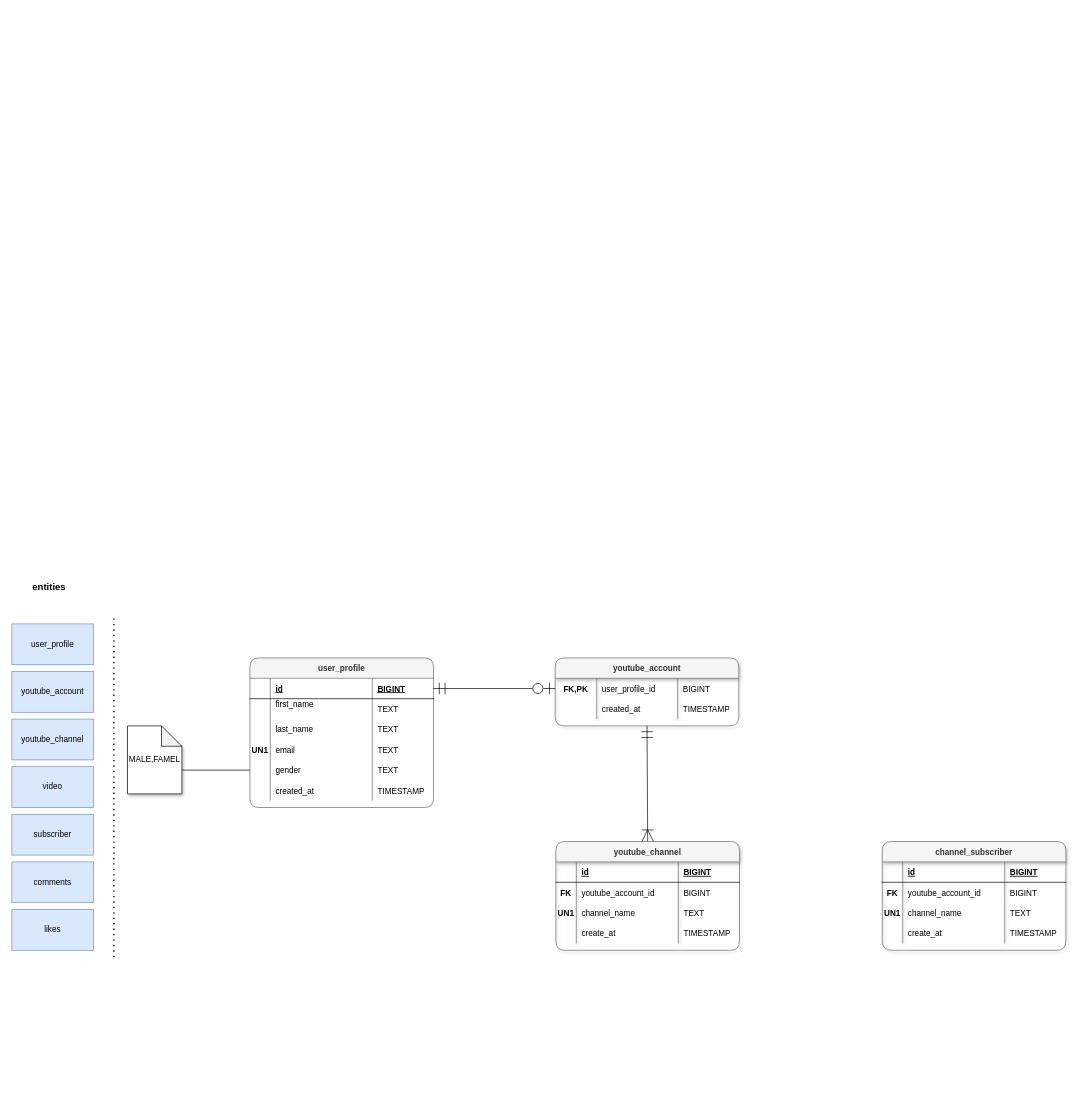
Amin3696/DatabaseDesign keeps this draw.io diagram as Database Design_Implementation.drawio. Above is the earlier version. Source tidied: cells renumbered, new cells numbered last; positions are measured from the earlier drawing's top-left corner, leaving out a move shared by most shapes. Both pictures are drawn from the tidied source at 68%, with x=0, y=0 at pixel (12, 569).
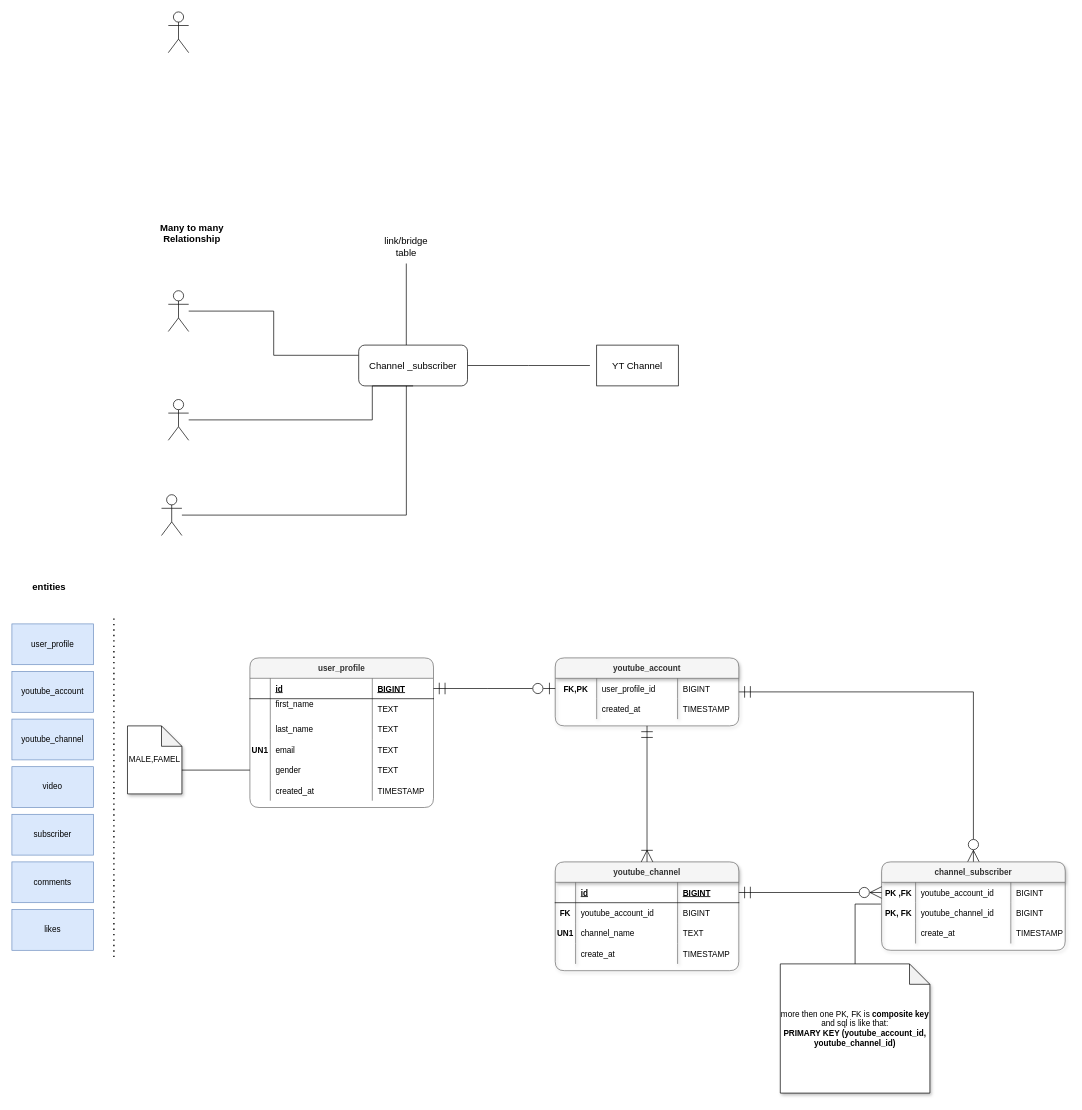
The same diagram, later.

The change refers to these unchanged cells:
```xml
<mxCell id="39" value="youtube_account" style="shape=table;startSize=30;childLayout=tableLayout;rowLines=0;fontStyle=1;align=center;rounded=1;sketch=0;shadow=1;fillColor=#f5f5f5;fontColor=#333333;strokeColor=#666666;" parent="1" vertex="1">
  <mxGeometry x="799" y="130" width="270" height="100" as="geometry" />
</mxCell>
<mxCell id="49" style="shape=tableRow;horizontal=0;startSize=0;swimlaneHead=0;swimlaneBody=0;fillColor=none;points=[[0,0.5],[1,0.5]];portConstraint=eastwest;top=0;left=0;right=0;bottom=1;" parent="48" vertex="1">
  <mxGeometry y="30" width="270" height="30" as="geometry" />
</mxCell>
```

Change to the diagram source:
```diff
@@
+    <mxCell id="84" style="edgeStyle=orthogonalEdgeStyle;rounded=0;jettySize=auto;html=1;entryX=0.5;entryY=0;entryDx=0;entryDy=0;fontSize=14;startArrow=ERmandOne;startFill=0;endArrow=ERzeroToMany;endFill=0;startSize=15;endSize=15;" parent="1" edge="1" source="39" target="67">
+      <mxGeometry relative="1" as="geometry" />
+    </mxCell>
@@
     <mxCell id="48" value="youtube_channel" style="shape=table;startSize=30;childLayout=tableLayout;rowLines=0;fontStyle=1;align=center;rounded=1;sketch=0;shadow=1;fillColor=#f5f5f5;fontColor=#333333;strokeColor=#666666;" parent="1" vertex="1">
-      <mxGeometry x="800" y="400" width="270" height="160" as="geometry" />
+      <mxGeometry x="799" y="430" width="270" height="160" as="geometry" />
     </mxCell>
@@
     <mxCell id="67" value="channel_subscriber" style="shape=table;startSize=30;childLayout=tableLayout;rowLines=0;fontStyle=1;align=center;rounded=1;sketch=0;shadow=1;fillColor=#f5f5f5;fontColor=#333333;strokeColor=#666666;" parent="1" vertex="1">
-      <mxGeometry x="1280" y="400" width="270" height="160" as="geometry" />
+      <mxGeometry x="1279" y="430" width="270" height="130" as="geometry" />
     </mxCell>
-    <mxCell id="68" style="shape=tableRow;horizontal=0;startSize=0;swimlaneHead=0;swimlaneBody=0;fillColor=none;top=0;left=0;right=0;bottom=1;" parent="67" vertex="1">
-      <mxGeometry y="30" width="270" height="30" as="geometry" />
-    </mxCell>
-    <mxCell id="69" style="shape=partialRectangle;fillColor=none;top=0;left=0;bottom=0;right=0;fontStyle=1;overflow=hidden;" parent="68" vertex="1">
-      <mxGeometry width="30" height="30" as="geometry" />
-    </mxCell>
-    <mxCell id="70" value="id" style="shape=partialRectangle;fillColor=none;top=0;left=0;bottom=0;right=0;align=left;spacingLeft=6;fontStyle=5;overflow=hidden;" parent="68" vertex="1">
-      <mxGeometry x="30" width="150" height="30" as="geometry" />
-    </mxCell>
-    <mxCell id="71" value="BIGINT" style="shape=partialRectangle;fillColor=none;top=0;left=0;bottom=0;right=0;align=left;spacingLeft=6;fontStyle=5;overflow=hidden;" parent="68" vertex="1">
-      <mxGeometry x="180" width="90" height="30" as="geometry" />
-    </mxCell>
     <mxCell id="72" style="shape=tableRow;horizontal=0;startSize=0;swimlaneHead=0;swimlaneBody=0;fillColor=none;points=[[0,0.5],[1,0.5]];portConstraint=eastwest;top=0;left=0;right=0;bottom=0;" parent="67" vertex="1">
-      <mxGeometry y="60" width="270" height="30" as="geometry" />
+      <mxGeometry y="30" width="270" height="30" as="geometry" />
     </mxCell>
-    <mxCell id="73" value="FK" style="shape=partialRectangle;fillColor=none;top=0;left=0;bottom=0;right=0;overflow=hidden;fontStyle=1;" parent="72" vertex="1">
-      <mxGeometry width="30" height="30" as="geometry" />
+    <mxCell id="73" value="PK ,FK" style="shape=partialRectangle;fillColor=none;top=0;left=0;bottom=0;right=0;overflow=hidden;fontStyle=1;" parent="72" vertex="1">
+      <mxGeometry width="50" height="30" as="geometry" />
     </mxCell>
     <mxCell id="74" value="youtube_account_id" style="shape=partialRectangle;fillColor=none;top=0;left=0;bottom=0;right=0;align=left;spacingLeft=6;overflow=hidden;" parent="72" vertex="1">
-      <mxGeometry x="30" width="150" height="30" as="geometry" />
+      <mxGeometry x="50" width="140" height="30" as="geometry" />
     </mxCell>
     <mxCell id="75" value="BIGINT" style="shape=partialRectangle;fillColor=none;top=0;left=0;bottom=0;right=0;align=left;spacingLeft=6;overflow=hidden;" parent="72" vertex="1">
-      <mxGeometry x="180" width="90" height="30" as="geometry" />
+      <mxGeometry x="190" width="80" height="30" as="geometry" />
     </mxCell>
     <mxCell id="76" style="shape=tableRow;horizontal=0;startSize=0;swimlaneHead=0;swimlaneBody=0;fillColor=none;points=[[0,0.5],[1,0.5]];portConstraint=eastwest;top=0;left=0;right=0;bottom=0;" parent="67" vertex="1">
-      <mxGeometry y="90" width="270" height="30" as="geometry" />
+      <mxGeometry y="60" width="270" height="30" as="geometry" />
     </mxCell>
-    <mxCell id="77" value="UN1" style="shape=partialRectangle;fillColor=none;top=0;left=0;bottom=0;right=0;overflow=hidden;fontStyle=1;" parent="76" vertex="1">
-      <mxGeometry width="30" height="30" as="geometry" />
+    <mxCell id="77" value="PK, FK" style="shape=partialRectangle;fillColor=none;top=0;left=0;bottom=0;right=0;overflow=hidden;fontStyle=1;" parent="76" vertex="1">
+      <mxGeometry width="50" height="30" as="geometry" />
     </mxCell>
-    <mxCell id="78" value="channel_name    " style="shape=partialRectangle;fillColor=none;top=0;left=0;bottom=0;right=0;align=left;spacingLeft=6;overflow=hidden;" parent="76" vertex="1">
-      <mxGeometry x="30" width="150" height="30" as="geometry" />
+    <mxCell id="78" value="youtube_channel_id" style="shape=partialRectangle;fillColor=none;top=0;left=0;bottom=0;right=0;align=left;spacingLeft=6;overflow=hidden;" parent="76" vertex="1">
+      <mxGeometry x="50" width="140" height="30" as="geometry" />
     </mxCell>
-    <mxCell id="79" value="TEXT" style="shape=partialRectangle;fillColor=none;top=0;left=0;bottom=0;right=0;align=left;spacingLeft=6;overflow=hidden;" parent="76" vertex="1">
-      <mxGeometry x="180" width="90" height="30" as="geometry" />
+    <mxCell id="79" value="BIGINT" style="shape=partialRectangle;fillColor=none;top=0;left=0;bottom=0;right=0;align=left;spacingLeft=6;overflow=hidden;" parent="76" vertex="1">
+      <mxGeometry x="190" width="80" height="30" as="geometry" />
     </mxCell>
     <mxCell id="80" style="shape=tableRow;horizontal=0;startSize=0;swimlaneHead=0;swimlaneBody=0;fillColor=none;top=0;left=0;right=0;bottom=0;" parent="67" vertex="1">
-      <mxGeometry y="120" width="270" height="30" as="geometry" />
+      <mxGeometry y="90" width="270" height="30" as="geometry" />
     </mxCell>
     <mxCell id="81" style="shape=partialRectangle;fillColor=none;top=0;left=0;bottom=0;right=0;overflow=hidden;" parent="80" vertex="1">
-      <mxGeometry width="30" height="30" as="geometry" />
+      <mxGeometry width="50" height="30" as="geometry" />
     </mxCell>
     <mxCell id="82" value="create_at    " style="shape=partialRectangle;fillColor=none;top=0;left=0;bottom=0;right=0;align=left;spacingLeft=6;overflow=hidden;" parent="80" vertex="1">
-      <mxGeometry x="30" width="150" height="30" as="geometry" />
+      <mxGeometry x="50" width="140" height="30" as="geometry" />
     </mxCell>
     <mxCell id="83" value="TIMESTAMP" style="shape=partialRectangle;fillColor=none;top=0;left=0;bottom=0;right=0;align=left;spacingLeft=6;overflow=hidden;" parent="80" vertex="1">
-      <mxGeometry x="180" width="90" height="30" as="geometry" />
+      <mxGeometry x="190" width="80" height="30" as="geometry" />
     </mxCell>
+    <mxCell id="85" style="edgeStyle=orthogonalEdgeStyle;rounded=0;jettySize=auto;html=1;entryX=0;entryY=0.25;entryDx=0;entryDy=0;fontSize=14;startArrow=none;startFill=0;endArrow=none;endFill=0;startSize=15;endSize=15;" parent="1" edge="1" source="86" target="89">
+      <mxGeometry relative="1" as="geometry" />
+    </mxCell>
+    <mxCell id="86" style="shape=umlActor;verticalLabelPosition=bottom;verticalAlign=top;html=1;outlineConnect=0;rounded=1;shadow=0;glass=1;fontSize=14;" parent="1" vertex="1">
+      <mxGeometry x="230" y="-410" width="30" height="60" as="geometry" />
+    </mxCell>
+    <mxCell id="87" style="edgeStyle=orthogonalEdgeStyle;rounded=0;jettySize=auto;html=1;fontSize=14;startArrow=none;startFill=0;endArrow=none;endFill=0;startSize=15;endSize=15;" parent="1" edge="1" source="89">
+      <mxGeometry relative="1" as="geometry">
+        <mxPoint x="580" y="-450" as="targetPoint" />
+        <Array as="points">
+          <mxPoint x="580" y="-450" />
+        </Array>
+      </mxGeometry>
+    </mxCell>
+    <mxCell id="88" style="edgeStyle=orthogonalEdgeStyle;rounded=0;jettySize=auto;html=1;fontSize=14;startArrow=none;startFill=0;endArrow=none;endFill=0;startSize=15;endSize=15;" parent="1" edge="1" source="89">
+      <mxGeometry relative="1" as="geometry">
+        <mxPoint x="850" y="-300" as="targetPoint" />
+      </mxGeometry>
+    </mxCell>
+    <mxCell id="89" value="Channel _subscriber" style="rounded=1;whiteSpace=wrap;html=1;shadow=0;glass=0;fontSize=14;" parent="1" vertex="1">
+      <mxGeometry x="510" y="-330" width="160" height="60" as="geometry" />
+    </mxCell>
+    <mxCell id="90" value="link/bridge table" style="text;html=1;strokeColor=none;fillColor=none;align=center;verticalAlign=middle;whiteSpace=wrap;rounded=0;shadow=0;glass=0;fontSize=14;" parent="1" vertex="1">
+      <mxGeometry x="550" y="-490" width="60" height="30" as="geometry" />
+    </mxCell>
+    <mxCell id="91" value="YT Channel" style="rounded=0;whiteSpace=wrap;html=1;shadow=0;glass=0;fontSize=14;" parent="1" vertex="1">
+      <mxGeometry x="860" y="-330" width="120" height="60" as="geometry" />
+    </mxCell>
+    <mxCell id="92" value="&lt;b&gt;Many to many Relationship&lt;/b&gt;" style="text;html=1;strokeColor=none;fillColor=none;align=center;verticalAlign=middle;whiteSpace=wrap;rounded=0;shadow=0;glass=0;fontSize=14;" parent="1" vertex="1">
+      <mxGeometry x="210" y="-510" width="110" height="30" as="geometry" />
+    </mxCell>
+    <mxCell id="93" style="edgeStyle=orthogonalEdgeStyle;rounded=0;jettySize=auto;html=1;entryX=0.5;entryY=1;entryDx=0;entryDy=0;fontSize=14;startArrow=none;startFill=0;endArrow=none;endFill=0;startSize=15;endSize=15;" parent="1" edge="1" source="94" target="89">
+      <mxGeometry relative="1" as="geometry">
+        <Array as="points">
+          <mxPoint x="530" y="-220" />
+          <mxPoint x="530" y="-270" />
+        </Array>
+      </mxGeometry>
+    </mxCell>
+    <mxCell id="94" style="shape=umlActor;verticalLabelPosition=bottom;verticalAlign=top;html=1;outlineConnect=0;rounded=1;shadow=0;glass=1;fontSize=14;" parent="1" vertex="1">
+      <mxGeometry x="230" y="-250" width="30" height="60" as="geometry" />
+    </mxCell>
+    <mxCell id="95" style="edgeStyle=orthogonalEdgeStyle;rounded=0;jettySize=auto;html=1;exitX=1;exitY=0.5;exitDx=0;exitDy=0;entryX=0;entryY=0.5;entryDx=0;entryDy=0;fontSize=14;startArrow=ERmandOne;startFill=0;endArrow=ERzeroToMany;endFill=0;startSize=15;endSize=15;" parent="1" edge="1" source="49" target="72">
+      <mxGeometry relative="1" as="geometry" />
+    </mxCell>
+    <mxCell id="96" style="edgeStyle=orthogonalEdgeStyle;rounded=0;jettySize=auto;html=1;entryX=0.438;entryY=1;entryDx=0;entryDy=0;entryPerimeter=0;fontSize=14;startArrow=none;startFill=0;endArrow=none;endFill=0;startSize=15;endSize=15;" parent="1" edge="1" source="97" target="89">
+      <mxGeometry relative="1" as="geometry" />
+    </mxCell>
+    <mxCell id="97" style="shape=umlActor;verticalLabelPosition=bottom;verticalAlign=top;html=1;outlineConnect=0;rounded=1;shadow=0;glass=1;fontSize=14;" parent="1" vertex="1">
+      <mxGeometry x="220" y="-110" width="30" height="60" as="geometry" />
+    </mxCell>
+    <mxCell id="98" style="shape=umlActor;verticalLabelPosition=bottom;verticalAlign=top;html=1;rounded=1;shadow=0;glass=1;fontSize=14;" parent="1" vertex="1">
+      <mxGeometry x="230" y="-820" width="30" height="60" as="geometry" />
+    </mxCell>
+    <mxCell id="99" style="edgeStyle=orthogonalEdgeStyle;rounded=0;jettySize=auto;html=1;entryX=-0.004;entryY=0.067;entryDx=0;entryDy=0;entryPerimeter=0;fontSize=14;startArrow=none;startFill=0;endArrow=none;endFill=0;startSize=15;endSize=15;" parent="1" edge="1" source="100" target="76">
+      <mxGeometry relative="1" as="geometry" />
+    </mxCell>
+    <mxCell id="100" value="more then one PK, FK is &lt;b&gt;composite key &lt;/b&gt;and sql is like that:&lt;br&gt;&lt;b&gt;PRIMARY KEY (youtube_account_id, youtube_channel_id)&lt;/b&gt;" style="shape=note;whiteSpace=wrap;html=1;backgroundOutline=1;darkOpacity=0.05;rounded=1;shadow=1;sketch=0;" parent="1" vertex="1">
+      <mxGeometry x="1130" y="580" width="220" height="190" as="geometry" />
+    </mxCell>
```
